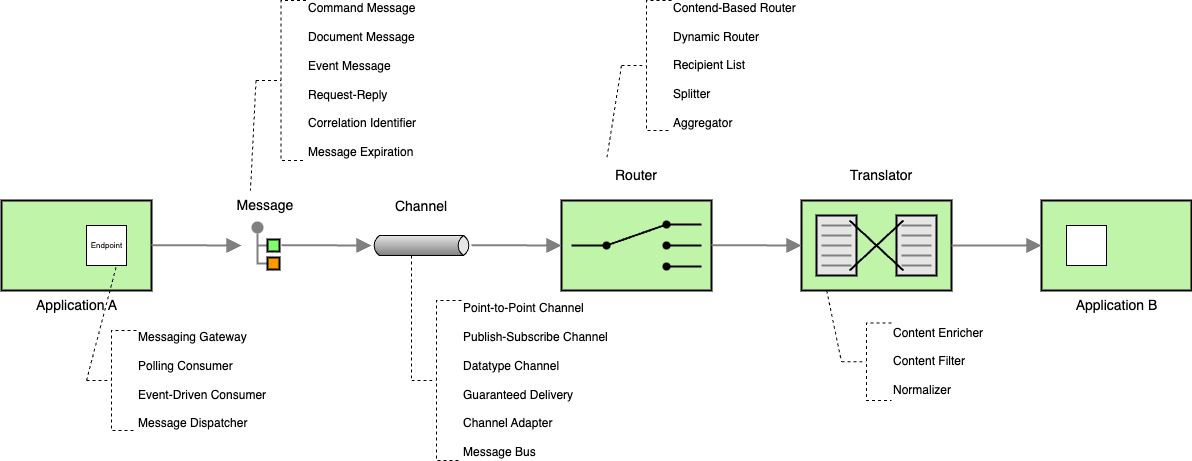
Before: lectures/imgs/eip-overview.drawio.png, a diagram exported from draw.io (ceedee666/systems-integration). Source tidied: cells renumbered, new cells last; positions are measured from the earlier drawing's top-left corner, leaving out a move shared by most shapes.
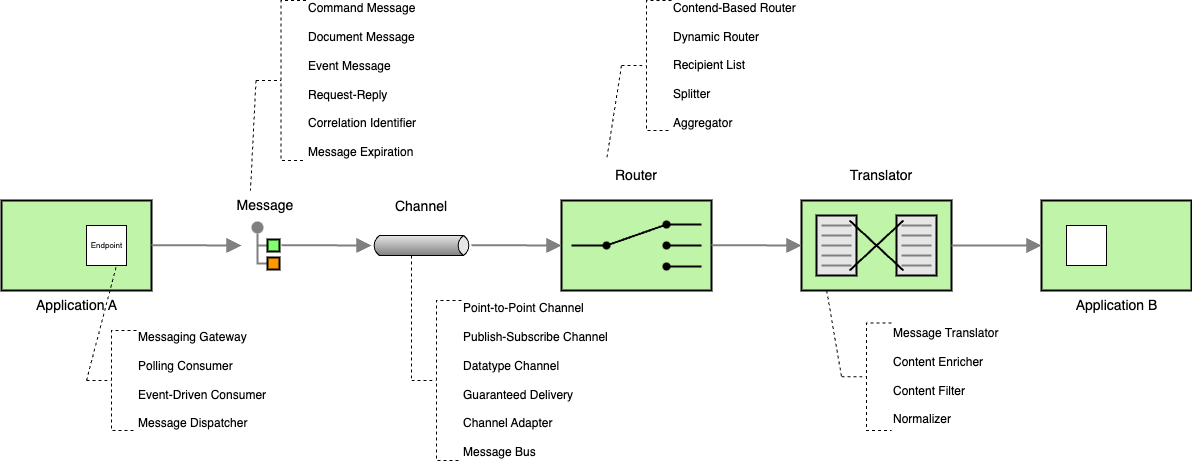
Later version of the same file.

Commit message:
continued work on eip lecture

What changed in the source:
```diff
@@ -101,8 +101,8 @@
     <mxCell id="30" value="&lt;div&gt;Contend-Based Router&lt;/div&gt;&lt;div&gt;&lt;br&gt;&lt;/div&gt;&lt;div&gt;&lt;div&gt;Dynamic Router&amp;nbsp;&lt;/div&gt;&lt;div&gt;&lt;br&gt;&lt;/div&gt;&lt;/div&gt;&lt;div&gt;Recipient List&lt;/div&gt;&lt;div&gt;&lt;br&gt;&lt;/div&gt;&lt;div&gt;Splitter&lt;/div&gt;&lt;div&gt;&lt;br&gt;&lt;/div&gt;&lt;div&gt;Aggregator&lt;/div&gt;" style="html=1;shape=mxgraph.flowchart.annotation_2;align=left;labelPosition=right;dashed=1;" parent="1" vertex="1">
       <mxGeometry x="620" width="50" height="130" as="geometry" />
     </mxCell>
-    <mxCell id="31" value="&lt;div&gt;Content Enricher&lt;/div&gt;&lt;div&gt;&lt;br&gt;&lt;/div&gt;&lt;div&gt;&lt;div&gt;Content Filter&lt;/div&gt;&lt;div&gt;&lt;br&gt;&lt;/div&gt;&lt;/div&gt;&lt;div&gt;Normalizer&lt;/div&gt;" style="html=1;shape=mxgraph.flowchart.annotation_2;align=left;labelPosition=right;dashed=1;" parent="1" vertex="1">
-      <mxGeometry x="840" y="322.5" width="50" height="77.5" as="geometry" />
+    <mxCell id="31" value="&lt;div&gt;&lt;span style=&quot;background-color: initial;&quot;&gt;Message Translator&lt;/span&gt;&lt;br&gt;&lt;/div&gt;&lt;div&gt;&lt;br&gt;&lt;/div&gt;&lt;div&gt;Content Enricher&lt;/div&gt;&lt;div&gt;&lt;br&gt;&lt;/div&gt;&lt;div&gt;&lt;div&gt;Content Filter&lt;/div&gt;&lt;div&gt;&lt;br&gt;&lt;/div&gt;&lt;/div&gt;&lt;div&gt;Normalizer&lt;/div&gt;" style="html=1;shape=mxgraph.flowchart.annotation_2;align=left;labelPosition=right;dashed=1;" parent="1" vertex="1">
+      <mxGeometry x="840" y="322.5" width="50" height="107.5" as="geometry" />
     </mxCell>
     <mxCell id="32" style="rounded=0;jettySize=auto;html=1;exitX=0.168;exitY=1;exitDx=0;exitDy=0;exitPerimeter=0;entryX=0;entryY=0.5;entryDx=0;entryDy=0;endArrow=none;endFill=0;dashed=1;entryPerimeter=0;" parent="1" edge="1" source="11" target="31">
       <mxGeometry relative="1" as="geometry" />
```
